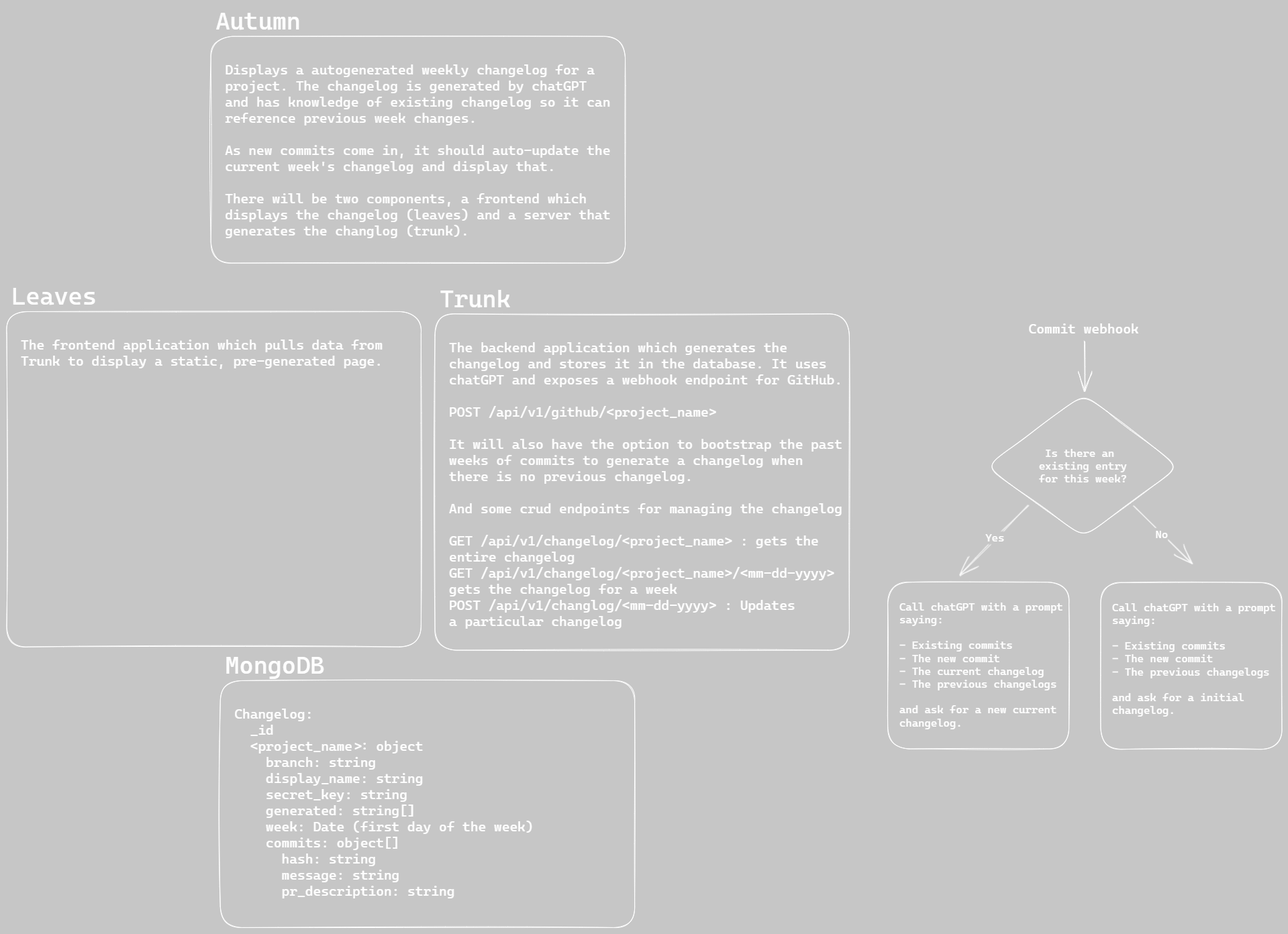
The Excalidraw diagram architecture.excalidraw.png in ZackarySantana/Autumn, before a commit. Source tidied: one line per element, renumbered; positions are measured from the earlier drawing's top-left corner, leaving out a move shared by most shapes. Its diagram source:
```json
{"id": 0, "type": "rectangle", "strokeColor": "#ffffff", "strokeWidth": 1, "roughness": 1, "round": true, "x": 304, "y": 44, "width": 617, "height": 338}
{"id": 1, "type": "text", "text": "Autumn", "strokeColor": "#ffffff", "strokeWidth": 1, "roughness": 1, "fontSize": 36, "fontFamily": 3, "x": 311, "y": 0, "width": 127, "height": 43}
{"id": 2, "type": "text", "text": "Displays a autogenerated weekly changelog for a\nproject. The changelog is generated by chatGPT \nand has knowledge of existing changelog so it can\nreference previous week changes.\n\nAs new commits come in, it should auto-update the\ncurrent week's changelog and display that.\n\nThere will be two components, a frontend which \ndisplays the changelog (leaves) and a server that\ngenerates the changlog (trunk).", "strokeColor": "#ffffff", "strokeWidth": 1, "roughness": 1, "fontSize": 20, "fontFamily": 3, "x": 325, "y": 82, "width": 574, "height": 264}
{"id": 3, "type": "rectangle", "strokeColor": "#ffffff", "strokeWidth": 1, "roughness": 1, "round": true, "x": 638, "y": 458, "width": 617, "height": 501}
{"id": 4, "type": "text", "text": "Trunk", "strokeColor": "#ffffff", "strokeWidth": 1, "roughness": 1, "fontSize": 36, "fontFamily": 3, "x": 645, "y": 414, "width": 105, "height": 43}
{"id": 5, "type": "text", "text": "The backend application which generates the \nchangelog and stores it in the database. It uses\nchatGPT and exposes a webhook endpoint for GitHub.\n\nPOST /api/v1/github/<project_name>\n\nIt will also have the option to bootstrap the past\nweeks of commits to generate a changelog when\nthere is no previous changelog.\n\nAnd some crud endpoints for managing the changelog\n\nGET /api/v1/changelog/<project_name> : gets the\nentire changelog\nGET /api/v1/changelog/<project_name>/<mm-dd-yyyy>\ngets the changelog for a week\nPOST /api/v1/changlog/<mm-dd-yyyy> : Updates\na particular changelog", "strokeColor": "#ffffff", "strokeWidth": 1, "roughness": 1, "fontSize": 20, "fontFamily": 3, "x": 659, "y": 496, "width": 586, "height": 432}
{"id": 6, "type": "rectangle", "strokeColor": "#ffffff", "strokeWidth": 1, "roughness": 1, "round": true, "x": 0, "y": 454, "width": 617, "height": 500}
{"id": 7, "type": "text", "text": "Leaves", "strokeColor": "#ffffff", "strokeWidth": 1, "roughness": 1, "fontSize": 36, "fontFamily": 3, "x": 7, "y": 410, "width": 127, "height": 43}
{"id": 8, "type": "text", "text": "The frontend application which pulls data from\nTrunk to display a static, pre-generated page.", "strokeColor": "#ffffff", "strokeWidth": 1, "roughness": 1, "fontSize": 20, "fontFamily": 3, "x": 21, "y": 492, "width": 539, "height": 48}
{"id": 9, "type": "rectangle", "strokeColor": "#ffffff", "strokeWidth": 1, "roughness": 1, "round": true, "x": 318, "y": 1004, "width": 617, "height": 368}
{"id": 10, "type": "text", "text": "MongoDB", "strokeColor": "#ffffff", "strokeWidth": 1, "roughness": 1, "fontSize": 36, "fontFamily": 3, "x": 325, "y": 960, "width": 148, "height": 43}
{"id": 11, "type": "text", "text": "Changelog:\n  _id\n  <project_name>: object\n    branch: string\n    display_name: string\n    secret_key: string\n    generated: string[]\n    week: Date (first day of the week)\n    commits: object[]\n      hash: string\n      message: string\n      pr_description: string", "strokeColor": "#ffffff", "strokeWidth": 1, "roughness": 1, "fontSize": 20, "fontFamily": 3, "x": 339, "y": 1042, "width": 445, "height": 288}
{"id": 12, "type": "arrow", "strokeColor": "#ffffff", "strokeWidth": 1, "roughness": 1, "endArrowhead": "arrow", "round": true, "from": 13, "to": 14, "x": 1606, "y": 498, "width": 0, "height": 74, "points": [[0, 0], [0, 74]]}
{"id": 13, "type": "text", "text": "Commit webhook", "strokeColor": "#ffffff", "strokeWidth": 1, "roughness": 1, "fontSize": 20, "fontFamily": 3, "x": 1523, "y": 468, "width": 164, "height": 24}
{"id": 14, "type": "diamond", "strokeColor": "#ffffff", "strokeWidth": 1, "roughness": 1, "round": true, "x": 1459, "y": 577, "width": 288, "height": 214}
{"id": 15, "type": "text", "text": "Is there an \nexisting entry\nfor this week?", "strokeColor": "#ffffff", "strokeWidth": 1, "roughness": 1, "fontSize": 16, "fontFamily": 3, "textAlign": "center", "verticalAlign": "middle", "inside": 14, "x": 1538, "y": 655, "width": 131, "height": 58}
{"id": 16, "type": "arrow", "strokeColor": "#ffffff", "strokeWidth": 1, "roughness": 1, "endArrowhead": "arrow", "round": true, "from": 14, "to": 20, "x": 1522, "y": 742, "width": 102, "height": 104, "points": [[0, 0], [-50, 50], [-102, 104]]}
{"id": 17, "type": "text", "text": "Yes", "strokeColor": "#ffffff", "strokeWidth": 1, "roughness": 1, "fontSize": 16, "fontFamily": 3, "textAlign": "center", "verticalAlign": "middle", "inside": 16, "x": 1453, "y": 784, "width": 28, "height": 19}
{"id": 18, "type": "arrow", "strokeColor": "#ffffff", "strokeWidth": 1, "roughness": 1, "endArrowhead": "arrow", "round": true, "from": 14, "to": 22, "x": 1678, "y": 744, "width": 85, "height": 85, "points": [[0, 0], [85, 85]]}
{"id": 19, "type": "text", "text": "No", "strokeColor": "#ffffff", "strokeWidth": 1, "roughness": 1, "fontSize": 16, "fontFamily": 3, "textAlign": "center", "verticalAlign": "middle", "inside": 18, "x": 1711, "y": 777, "width": 19, "height": 19}
{"id": 20, "type": "rectangle", "strokeColor": "#ffffff", "strokeWidth": 1, "roughness": 1, "round": true, "x": 1313, "y": 858, "width": 270, "height": 248}
{"id": 21, "type": "text", "text": "Call chatGPT with a prompt\nsaying:\n\n- Existing commits\n- The new commit\n- The current changelog\n- The previous changelogs\n\nand ask for a new current\nchangelog.", "strokeColor": "#ffffff", "strokeWidth": 1, "roughness": 1, "fontSize": 16, "fontFamily": 3, "x": 1330, "y": 885, "width": 244, "height": 192}
{"id": 22, "type": "rectangle", "strokeColor": "#ffffff", "strokeWidth": 1, "roughness": 1, "round": true, "x": 1630, "y": 858, "width": 270, "height": 248}
{"id": 23, "type": "text", "text": "Call chatGPT with a prompt\nsaying:\n\n- Existing commits\n- The new commit\n- The previous changelogs\n\nand ask for a initial \nchangelog.", "strokeColor": "#ffffff", "strokeWidth": 1, "roughness": 1, "fontSize": 16, "fontFamily": 3, "x": 1647, "y": 885, "width": 244, "height": 173}
```
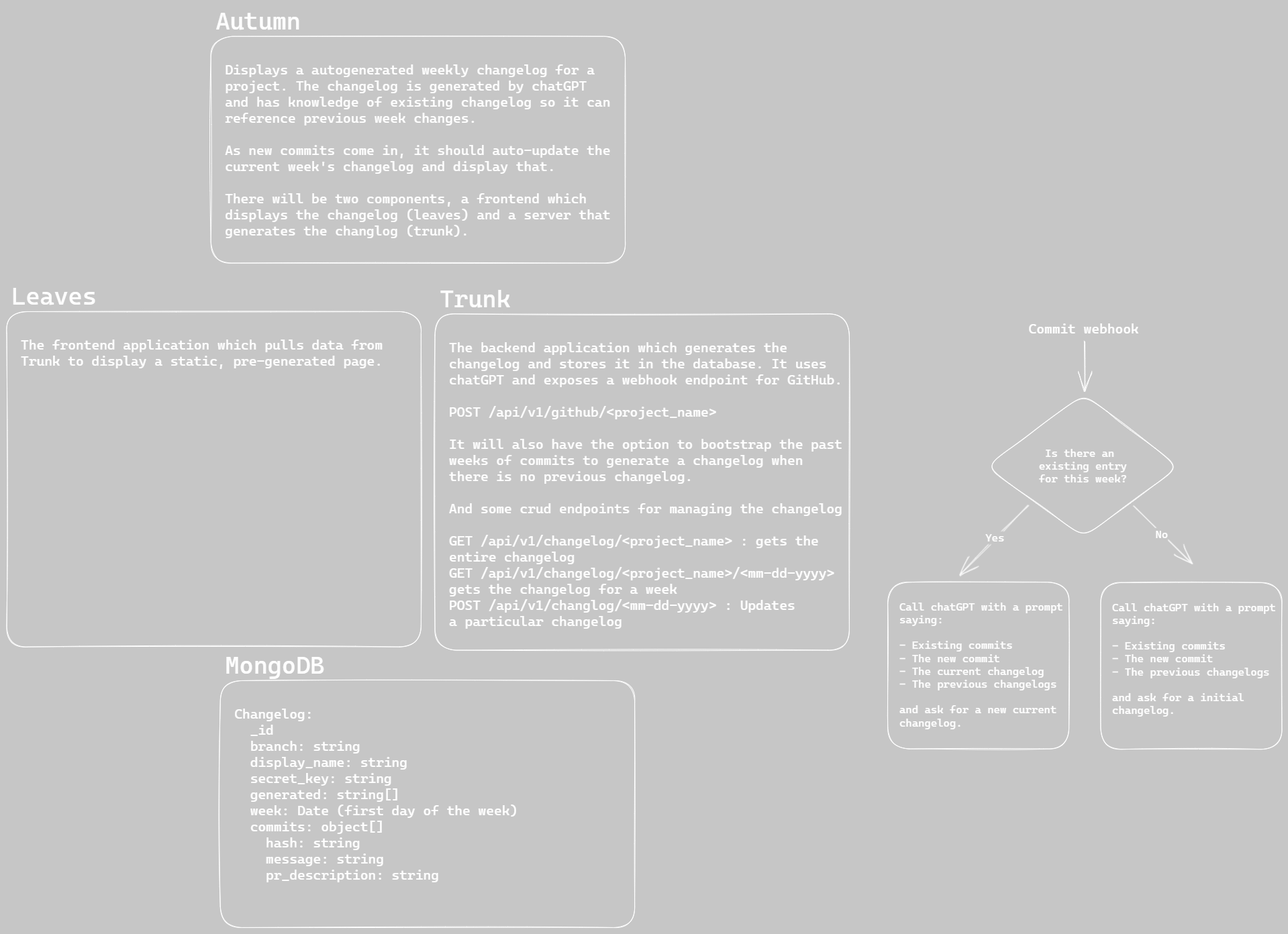
The same diagram one commit later.

The edit, as a diff of the source:
```diff
@@ -9,7 +9,7 @@
 {"id": 8, "type": "text", "text": "The frontend application which pulls data from\nTrunk to display a static, pre-generated page.", "strokeColor": "#ffffff", "strokeWidth": 1, "roughness": 1, "fontSize": 20, "fontFamily": 3, "x": 21, "y": 492, "width": 539, "height": 48}
 {"id": 9, "type": "rectangle", "strokeColor": "#ffffff", "strokeWidth": 1, "roughness": 1, "round": true, "x": 318, "y": 1004, "width": 617, "height": 368}
 {"id": 10, "type": "text", "text": "MongoDB", "strokeColor": "#ffffff", "strokeWidth": 1, "roughness": 1, "fontSize": 36, "fontFamily": 3, "x": 325, "y": 960, "width": 148, "height": 43}
-{"id": 11, "type": "text", "text": "Changelog:\n  _id\n  <project_name>: object\n    branch: string\n    display_name: string\n    secret_key: string\n    generated: string[]\n    week: Date (first day of the week)\n    commits: object[]\n      hash: string\n      message: string\n      pr_description: string", "strokeColor": "#ffffff", "strokeWidth": 1, "roughness": 1, "fontSize": 20, "fontFamily": 3, "x": 339, "y": 1042, "width": 445, "height": 288}
+{"id": 11, "type": "text", "text": "Changelog:\n  _id\n  branch: string\n  display_name: string\n  secret_key: string\n  generated: string[]\n  week: Date (first day of the week)\n  commits: object[]\n    hash: string\n    message: string\n    pr_description: string", "strokeColor": "#ffffff", "strokeWidth": 1, "roughness": 1, "fontSize": 20, "fontFamily": 3, "x": 339, "y": 1042, "width": 422, "height": 264}
 {"id": 12, "type": "arrow", "strokeColor": "#ffffff", "strokeWidth": 1, "roughness": 1, "endArrowhead": "arrow", "round": true, "from": 13, "to": 14, "x": 1606, "y": 498, "width": 0, "height": 74, "points": [[0, 0], [0, 74]]}
 {"id": 13, "type": "text", "text": "Commit webhook", "strokeColor": "#ffffff", "strokeWidth": 1, "roughness": 1, "fontSize": 20, "fontFamily": 3, "x": 1523, "y": 468, "width": 164, "height": 24}
 {"id": 14, "type": "diamond", "strokeColor": "#ffffff", "strokeWidth": 1, "roughness": 1, "round": true, "x": 1459, "y": 577, "width": 288, "height": 214}
```
